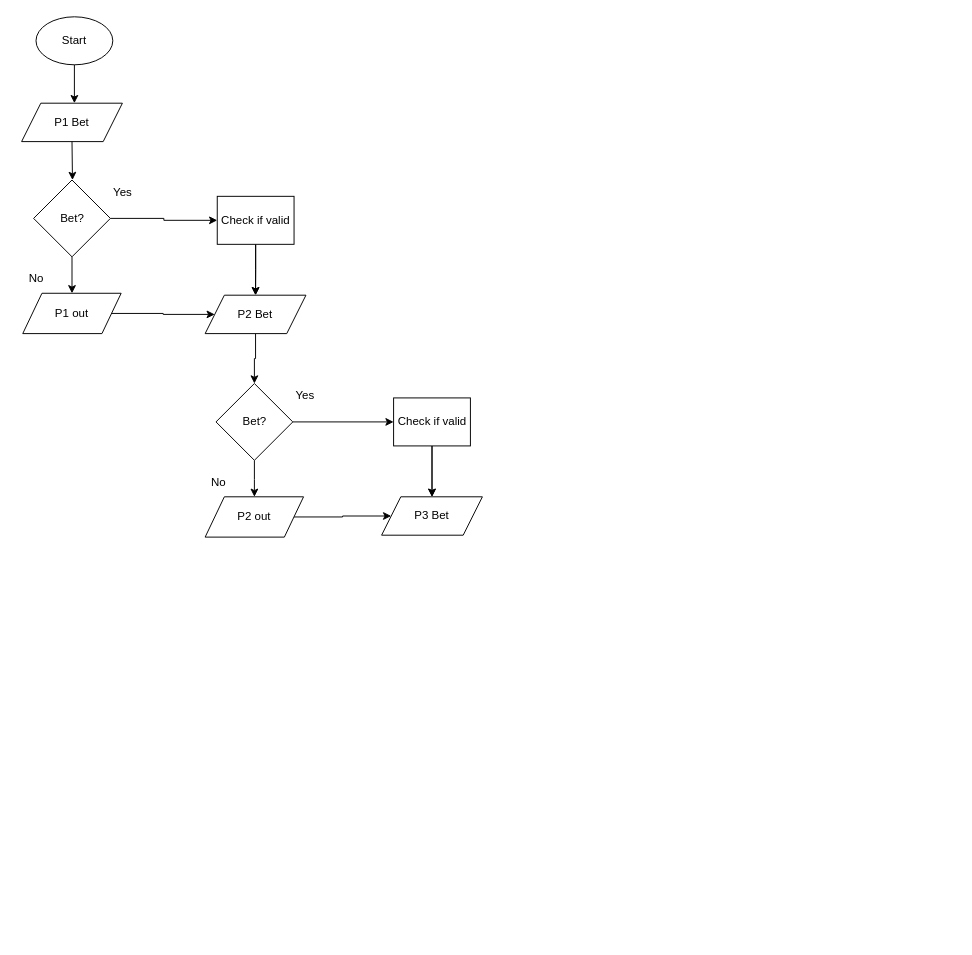
Earlier version of the draw.io diagram BettingFlowchart.drawio.xml (xSourPatchx/Deux-Cents). Source tidied: cells renumbered, new cells numbered last; positions are measured from the earlier drawing's top-left corner, leaving out a move shared by most shapes. Both pictures are drawn from the tidied source at 96%, with x=0, y=0 at pixel (16, 16).
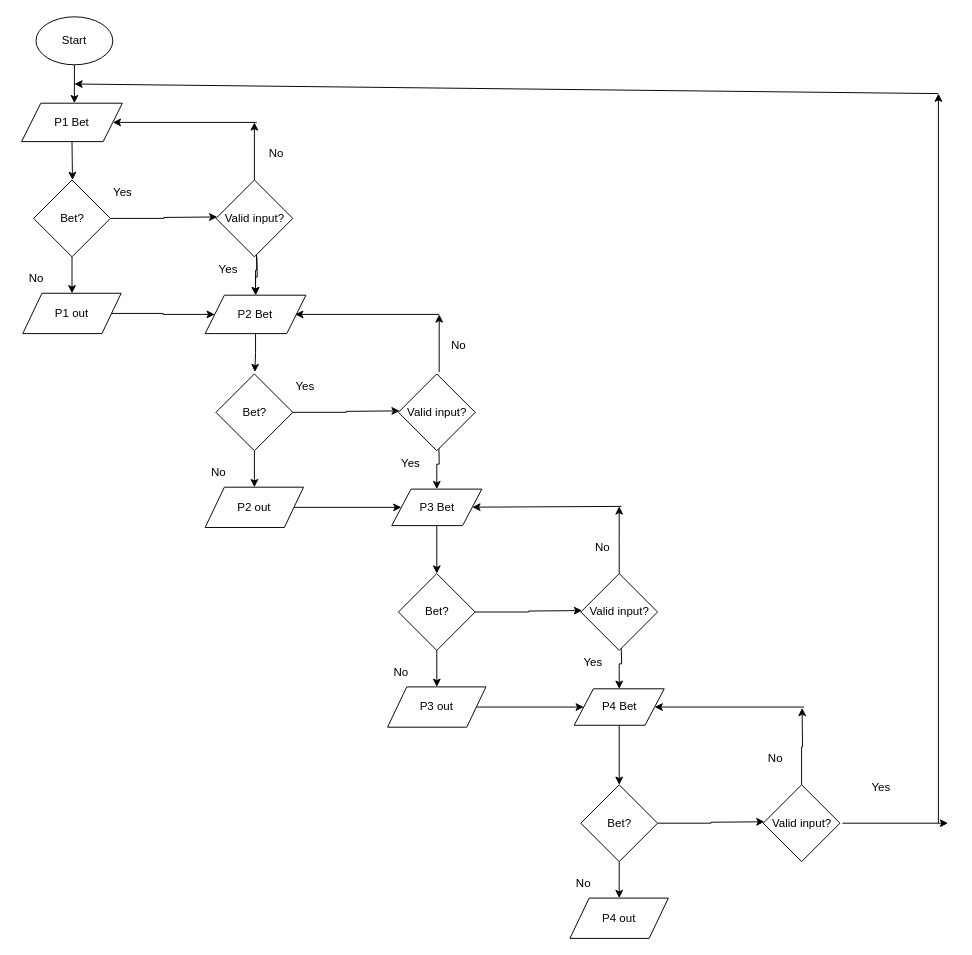
After the change.

The change refers to these unchanged cells:
```xml
<mxCell id="4" value="P1 Bet" style="shape=parallelogram;perimeter=parallelogramPerimeter;whiteSpace=wrap;html=1;fixedSize=1;" parent="1" vertex="1">
  <mxGeometry x="5" y="90" width="105" height="40" as="geometry" />
</mxCell>
<mxCell id="7" value="Bet?" style="rhombus;whiteSpace=wrap;html=1;" parent="1" vertex="1">
  <mxGeometry x="17.5" y="170" width="80" height="80" as="geometry" />
</mxCell>
<mxCell id="14" value="P2 Bet" style="shape=parallelogram;perimeter=parallelogramPerimeter;whiteSpace=wrap;html=1;fixedSize=1;" parent="1" vertex="1">
  <mxGeometry x="196.2" y="290" width="105" height="40" as="geometry" />
</mxCell>
```

Change to the diagram source:
```diff
@@
-    <mxCell id="6" style="edgeStyle=orthogonalEdgeStyle;rounded=0;jettySize=auto;html=1;entryX=0;entryY=0.5;entryDx=0;entryDy=0;" parent="1" edge="1" source="7" target="17">
-      <mxGeometry relative="1" as="geometry" />
+    <mxCell id="6" style="edgeStyle=orthogonalEdgeStyle;rounded=0;jettySize=auto;html=1;entryX=0;entryY=0.5;entryDx=0;entryDy=0;" parent="1" edge="1" source="7">
+      <mxGeometry relative="1" as="geometry">
+        <mxPoint x="208.8" y="208.5" as="targetPoint" />
+      </mxGeometry>
     </mxCell>
@@
-    <mxCell id="13" style="edgeStyle=orthogonalEdgeStyle;rounded=0;jettySize=auto;html=1;entryX=0.5;entryY=0;entryDx=0;entryDy=0;" parent="1" edge="1" source="14" target="20">
-      <mxGeometry relative="1" as="geometry" />
+    <mxCell id="13" style="edgeStyle=orthogonalEdgeStyle;rounded=0;jettySize=auto;html=1;" parent="1" edge="1" source="14">
+      <mxGeometry relative="1" as="geometry">
+        <mxPoint x="248" y="370" as="targetPoint" />
+      </mxGeometry>
     </mxCell>
@@
-    <mxCell id="15" style="edgeStyle=orthogonalEdgeStyle;rounded=0;jettySize=auto;html=1;entryX=0.5;entryY=0;entryDx=0;entryDy=0;" parent="1" edge="1" source="17" target="14">
-      <mxGeometry relative="1" as="geometry" />
+    <mxCell id="15" style="edgeStyle=orthogonalEdgeStyle;rounded=0;jettySize=auto;html=1;entryX=0.5;entryY=0;entryDx=0;entryDy=0;" parent="1" edge="1" target="14">
+      <mxGeometry relative="1" as="geometry">
+        <mxPoint x="249.5" y="237" as="sourcePoint" />
+      </mxGeometry>
     </mxCell>
-    <mxCell id="16" style="edgeStyle=orthogonalEdgeStyle;rounded=0;jettySize=auto;html=1;entryX=0.5;entryY=0;entryDx=0;entryDy=0;" parent="1" edge="1" source="17" target="14">
-      <mxGeometry relative="1" as="geometry" />
+    <mxCell id="16" style="edgeStyle=orthogonalEdgeStyle;rounded=0;jettySize=auto;html=1;entryX=0.5;entryY=0;entryDx=0;entryDy=0;" parent="1" edge="1" target="14">
+      <mxGeometry relative="1" as="geometry">
+        <mxPoint x="250" y="250" as="sourcePoint" />
+      </mxGeometry>
     </mxCell>
-    <mxCell id="17" value="Check if valid" style="rounded=0;whiteSpace=wrap;html=1;" parent="1" vertex="1">
-      <mxGeometry x="208.8" y="187" width="80" height="50" as="geometry" />
-    </mxCell>
-    <mxCell id="18" style="edgeStyle=orthogonalEdgeStyle;rounded=0;jettySize=auto;html=1;" parent="1" edge="1" source="20" target="22">
-      <mxGeometry relative="1" as="geometry" />
-    </mxCell>
-    <mxCell id="19" style="edgeStyle=orthogonalEdgeStyle;rounded=0;jettySize=auto;html=1;entryX=0;entryY=0.5;entryDx=0;entryDy=0;" parent="1" edge="1" source="20" target="28">
-      <mxGeometry relative="1" as="geometry" />
-    </mxCell>
-    <mxCell id="20" value="Bet?" style="rhombus;whiteSpace=wrap;html=1;" parent="1" vertex="1">
-      <mxGeometry x="207.5" y="382" width="80" height="80" as="geometry" />
-    </mxCell>
+    <mxCell id="29" style="edgeStyle=orthogonalEdgeStyle;rounded=0;jettySize=auto;html=1;" parent="1" edge="1" source="30">
+      <mxGeometry relative="1" as="geometry">
+        <mxPoint x="247.5" y="110" as="targetPoint" />
+        <Array as="points">
+          <mxPoint x="248" y="130" />
+          <mxPoint x="248" y="130" />
+        </Array>
+      </mxGeometry>
+    </mxCell>
+    <mxCell id="30" value="Valid input?" style="rhombus;whiteSpace=wrap;html=1;" parent="1" vertex="1">
+      <mxGeometry x="207.5" y="170" width="80" height="80" as="geometry" />
+    </mxCell>
+    <mxCell id="31" style="endArrow=classic;html=1;rounded=0;entryX=1;entryY=0.5;entryDx=0;entryDy=0;" parent="1" edge="1" target="4">
+      <mxGeometry relative="1" as="geometry">
+        <mxPoint x="250" y="110" as="sourcePoint" />
+      </mxGeometry>
+    </mxCell>
+    <mxCell id="32" value="No" style="text;html=1;align=center;verticalAlign=middle;strokeColor=none;fillColor=none;" parent="1" vertex="1">
+      <mxGeometry x="250" y="128" width="40" height="30" as="geometry" />
+    </mxCell>
+    <mxCell id="33" value="Yes" style="text;html=1;align=center;verticalAlign=middle;strokeColor=none;fillColor=none;" parent="1" vertex="1">
+      <mxGeometry x="200" y="248" width="40" height="30" as="geometry" />
+    </mxCell>
+    <mxCell id="34" style="edgeStyle=orthogonalEdgeStyle;rounded=0;jettySize=auto;html=1;" parent="1" edge="1" source="36" target="22">
+      <mxGeometry relative="1" as="geometry" />
+    </mxCell>
+    <mxCell id="35" style="edgeStyle=orthogonalEdgeStyle;rounded=0;jettySize=auto;html=1;entryX=0;entryY=0.5;entryDx=0;entryDy=0;" parent="1" edge="1" source="36">
+      <mxGeometry relative="1" as="geometry">
+        <mxPoint x="398.8" y="410.5" as="targetPoint" />
+      </mxGeometry>
+    </mxCell>
+    <mxCell id="36" value="Bet?" style="rhombus;whiteSpace=wrap;html=1;" parent="1" vertex="1">
+      <mxGeometry x="207.5" y="372" width="80" height="80" as="geometry" />
+    </mxCell>
@@
     <mxCell id="22" value="P2 out" style="shape=parallelogram;perimeter=parallelogramPerimeter;whiteSpace=wrap;html=1;fixedSize=1;" parent="1" vertex="1">
-      <mxGeometry x="196.2" y="500" width="102.5" height="42" as="geometry" />
+      <mxGeometry x="196.2" y="490" width="102.5" height="42" as="geometry" />
     </mxCell>
-    <mxCell id="23" value="Yes" style="text;html=1;align=center;verticalAlign=middle;strokeColor=none;fillColor=none;" parent="1" vertex="1">
-      <mxGeometry x="280" y="380" width="40" height="30" as="geometry" />
-    </mxCell>
-    <mxCell id="24" value="No" style="text;html=1;align=center;verticalAlign=middle;strokeColor=none;fillColor=none;" parent="1" vertex="1">
-      <mxGeometry x="190" y="470" width="40" height="30" as="geometry" />
-    </mxCell>
+    <mxCell id="37" value="Yes" style="text;html=1;align=center;verticalAlign=middle;strokeColor=none;fillColor=none;" parent="1" vertex="1">
+      <mxGeometry x="280" y="370" width="40" height="30" as="geometry" />
+    </mxCell>
+    <mxCell id="38" value="No" style="text;html=1;align=center;verticalAlign=middle;strokeColor=none;fillColor=none;" parent="1" vertex="1">
+      <mxGeometry x="190" y="460" width="40" height="30" as="geometry" />
+    </mxCell>
+    <mxCell id="39" style="edgeStyle=orthogonalEdgeStyle;rounded=0;jettySize=auto;html=1;entryX=0.5;entryY=0;entryDx=0;entryDy=0;" parent="1" edge="1" source="25" target="48">
+      <mxGeometry relative="1" as="geometry" />
+    </mxCell>
     <mxCell id="25" value="P3 Bet" style="shape=parallelogram;perimeter=parallelogramPerimeter;whiteSpace=wrap;html=1;fixedSize=1;" parent="1" vertex="1">
-      <mxGeometry x="380" y="500" width="105" height="40" as="geometry" />
+      <mxGeometry x="390.6" y="492" width="93.8" height="38" as="geometry" />
     </mxCell>
-    <mxCell id="26" style="edgeStyle=orthogonalEdgeStyle;rounded=0;jettySize=auto;html=1;entryX=0.5;entryY=0;entryDx=0;entryDy=0;" parent="1" edge="1" source="28" target="25">
-      <mxGeometry relative="1" as="geometry" />
-    </mxCell>
-    <mxCell id="27" style="edgeStyle=orthogonalEdgeStyle;rounded=0;jettySize=auto;html=1;entryX=0.5;entryY=0;entryDx=0;entryDy=0;" parent="1" edge="1" source="28" target="25">
-      <mxGeometry relative="1" as="geometry" />
-    </mxCell>
-    <mxCell id="28" value="Check if valid" style="rounded=0;whiteSpace=wrap;html=1;" parent="1" vertex="1">
-      <mxGeometry x="392.5" y="397" width="80" height="50" as="geometry" />
-    </mxCell>
+    <mxCell id="40" style="edgeStyle=orthogonalEdgeStyle;rounded=0;jettySize=auto;html=1;entryX=0.5;entryY=0;entryDx=0;entryDy=0;" parent="1" edge="1" target="25">
+      <mxGeometry relative="1" as="geometry">
+        <mxPoint x="439.5" y="439" as="sourcePoint" />
+      </mxGeometry>
+    </mxCell>
+    <mxCell id="41" value="Valid input?" style="rhombus;whiteSpace=wrap;html=1;" parent="1" vertex="1">
+      <mxGeometry x="397.5" y="372" width="80" height="80" as="geometry" />
+    </mxCell>
+    <mxCell id="42" value="Yes" style="text;html=1;align=center;verticalAlign=middle;strokeColor=none;fillColor=none;" parent="1" vertex="1">
+      <mxGeometry x="390" y="450" width="40" height="30" as="geometry" />
+    </mxCell>
+    <mxCell id="43" style="endArrow=classic;html=1;rounded=0;entryX=1;entryY=0.5;entryDx=0;entryDy=0;" parent="1" edge="1">
+      <mxGeometry relative="1" as="geometry">
+        <mxPoint x="440" y="310" as="sourcePoint" />
+        <mxPoint x="290" y="310" as="targetPoint" />
+      </mxGeometry>
+    </mxCell>
+    <mxCell id="44" value="No" style="text;html=1;align=center;verticalAlign=middle;strokeColor=none;fillColor=none;" parent="1" vertex="1">
+      <mxGeometry x="440" y="328" width="40" height="30" as="geometry" />
+    </mxCell>
+    <mxCell id="45" style="endArrow=classic;html=1;rounded=0;" parent="1" edge="1">
+      <mxGeometry relative="1" as="geometry">
+        <mxPoint x="440" y="370" as="sourcePoint" />
+        <mxPoint x="440" y="310" as="targetPoint" />
+      </mxGeometry>
+    </mxCell>
+    <mxCell id="46" style="edgeStyle=orthogonalEdgeStyle;rounded=0;jettySize=auto;html=1;" parent="1" edge="1" source="48" target="50">
+      <mxGeometry relative="1" as="geometry" />
+    </mxCell>
+    <mxCell id="47" style="edgeStyle=orthogonalEdgeStyle;rounded=0;jettySize=auto;html=1;entryX=0;entryY=0.5;entryDx=0;entryDy=0;" parent="1" edge="1" source="48">
+      <mxGeometry relative="1" as="geometry">
+        <mxPoint x="588.8" y="618.5" as="targetPoint" />
+      </mxGeometry>
+    </mxCell>
+    <mxCell id="48" value="Bet?" style="rhombus;whiteSpace=wrap;html=1;" parent="1" vertex="1">
+      <mxGeometry x="397.5" y="580" width="80" height="80" as="geometry" />
+    </mxCell>
+    <mxCell id="49" style="edgeStyle=orthogonalEdgeStyle;rounded=0;jettySize=auto;html=1;" parent="1" edge="1" source="50" target="53">
+      <mxGeometry relative="1" as="geometry" />
+    </mxCell>
+    <mxCell id="50" value="P3 out" style="shape=parallelogram;perimeter=parallelogramPerimeter;whiteSpace=wrap;html=1;fixedSize=1;" parent="1" vertex="1">
+      <mxGeometry x="386.2" y="698" width="102.5" height="42" as="geometry" />
+    </mxCell>
+    <mxCell id="51" value="No" style="text;html=1;align=center;verticalAlign=middle;strokeColor=none;fillColor=none;" parent="1" vertex="1">
+      <mxGeometry x="380" y="668" width="40" height="30" as="geometry" />
+    </mxCell>
+    <mxCell id="52" style="edgeStyle=orthogonalEdgeStyle;rounded=0;jettySize=auto;html=1;entryX=0.5;entryY=0;entryDx=0;entryDy=0;" parent="1" edge="1" source="53" target="60">
+      <mxGeometry relative="1" as="geometry" />
+    </mxCell>
+    <mxCell id="53" value="P4 Bet" style="shape=parallelogram;perimeter=parallelogramPerimeter;whiteSpace=wrap;html=1;fixedSize=1;" parent="1" vertex="1">
+      <mxGeometry x="580.6" y="700" width="93.8" height="38" as="geometry" />
+    </mxCell>
+    <mxCell id="54" style="edgeStyle=orthogonalEdgeStyle;rounded=0;jettySize=auto;html=1;entryX=0.5;entryY=0;entryDx=0;entryDy=0;" parent="1" edge="1" target="53">
+      <mxGeometry relative="1" as="geometry">
+        <mxPoint x="629.5" y="647" as="sourcePoint" />
+      </mxGeometry>
+    </mxCell>
+    <mxCell id="55" style="edgeStyle=orthogonalEdgeStyle;rounded=0;jettySize=auto;html=1;" parent="1" edge="1" source="56">
+      <mxGeometry relative="1" as="geometry">
+        <mxPoint x="627.5" y="510" as="targetPoint" />
+      </mxGeometry>
+    </mxCell>
+    <mxCell id="56" value="Valid input?" style="rhombus;whiteSpace=wrap;html=1;" parent="1" vertex="1">
+      <mxGeometry x="587.5" y="580" width="80" height="80" as="geometry" />
+    </mxCell>
+    <mxCell id="57" value="Yes" style="text;html=1;align=center;verticalAlign=middle;strokeColor=none;fillColor=none;" parent="1" vertex="1">
+      <mxGeometry x="580" y="658" width="40" height="30" as="geometry" />
+    </mxCell>
+    <mxCell id="58" style="edgeStyle=orthogonalEdgeStyle;rounded=0;jettySize=auto;html=1;" parent="1" edge="1" source="60" target="61">
+      <mxGeometry relative="1" as="geometry" />
+    </mxCell>
+    <mxCell id="59" style="edgeStyle=orthogonalEdgeStyle;rounded=0;jettySize=auto;html=1;entryX=0;entryY=0.5;entryDx=0;entryDy=0;" parent="1" edge="1" source="60">
+      <mxGeometry relative="1" as="geometry">
+        <mxPoint x="778.8" y="838.5" as="targetPoint" />
+      </mxGeometry>
+    </mxCell>
+    <mxCell id="60" value="Bet?" style="rhombus;whiteSpace=wrap;html=1;" parent="1" vertex="1">
+      <mxGeometry x="587.5" y="800" width="80" height="80" as="geometry" />
+    </mxCell>
+    <mxCell id="61" value="P4 out" style="shape=parallelogram;perimeter=parallelogramPerimeter;whiteSpace=wrap;html=1;fixedSize=1;" parent="1" vertex="1">
+      <mxGeometry x="576.2" y="918" width="102.5" height="42" as="geometry" />
+    </mxCell>
+    <mxCell id="62" value="No" style="text;html=1;align=center;verticalAlign=middle;strokeColor=none;fillColor=none;" parent="1" vertex="1">
+      <mxGeometry x="570" y="888" width="40" height="30" as="geometry" />
+    </mxCell>
+    <mxCell id="63" style="edgeStyle=orthogonalEdgeStyle;rounded=0;jettySize=auto;html=1;" parent="1" edge="1" source="64">
+      <mxGeometry relative="1" as="geometry">
+        <mxPoint x="818" y="720" as="targetPoint" />
+      </mxGeometry>
+    </mxCell>
+    <mxCell id="64" value="Valid input?" style="rhombus;whiteSpace=wrap;html=1;" parent="1" vertex="1">
+      <mxGeometry x="777.5" y="800" width="80" height="80" as="geometry" />
+    </mxCell>
+    <mxCell id="65" value="Yes" style="text;html=1;align=center;verticalAlign=middle;strokeColor=none;fillColor=none;" parent="1" vertex="1">
+      <mxGeometry x="880" y="788" width="40" height="30" as="geometry" />
+    </mxCell>
+    <mxCell id="66" style="endArrow=classic;html=1;rounded=0;" parent="1" edge="1" target="25">
+      <mxGeometry relative="1" as="geometry">
+        <mxPoint x="630" y="510" as="sourcePoint" />
+      </mxGeometry>
+    </mxCell>
+    <mxCell id="67" style="endArrow=classic;html=1;rounded=0;entryX=1;entryY=0.5;entryDx=0;entryDy=0;" parent="1" edge="1" target="53">
+      <mxGeometry relative="1" as="geometry">
+        <mxPoint x="820" y="719" as="sourcePoint" />
+      </mxGeometry>
+    </mxCell>
+    <mxCell id="68" value="No" style="text;html=1;align=center;verticalAlign=middle;strokeColor=none;fillColor=none;" parent="1" vertex="1">
+      <mxGeometry x="590" y="538" width="40" height="30" as="geometry" />
+    </mxCell>
+    <mxCell id="69" value="No" style="text;html=1;align=center;verticalAlign=middle;strokeColor=none;fillColor=none;" parent="1" vertex="1">
+      <mxGeometry x="770" y="758" width="40" height="30" as="geometry" />
+    </mxCell>
+    <mxCell id="70" style="endArrow=classic;html=1;rounded=0;" parent="1" edge="1">
+      <mxGeometry relative="1" as="geometry">
+        <mxPoint x="860" y="840" as="sourcePoint" />
+        <mxPoint x="970" y="840" as="targetPoint" />
+      </mxGeometry>
+    </mxCell>
+    <mxCell id="71" style="endArrow=classic;html=1;rounded=0;" parent="1" edge="1">
+      <mxGeometry relative="1" as="geometry">
+        <mxPoint x="960" y="840" as="sourcePoint" />
+        <mxPoint x="960" y="80" as="targetPoint" />
+      </mxGeometry>
+    </mxCell>
+    <mxCell id="72" style="endArrow=classic;html=1;rounded=0;" parent="1" edge="1">
+      <mxGeometry relative="1" as="geometry">
+        <mxPoint x="960" y="80" as="sourcePoint" />
+        <mxPoint x="60" y="70" as="targetPoint" />
+      </mxGeometry>
+    </mxCell>
```
